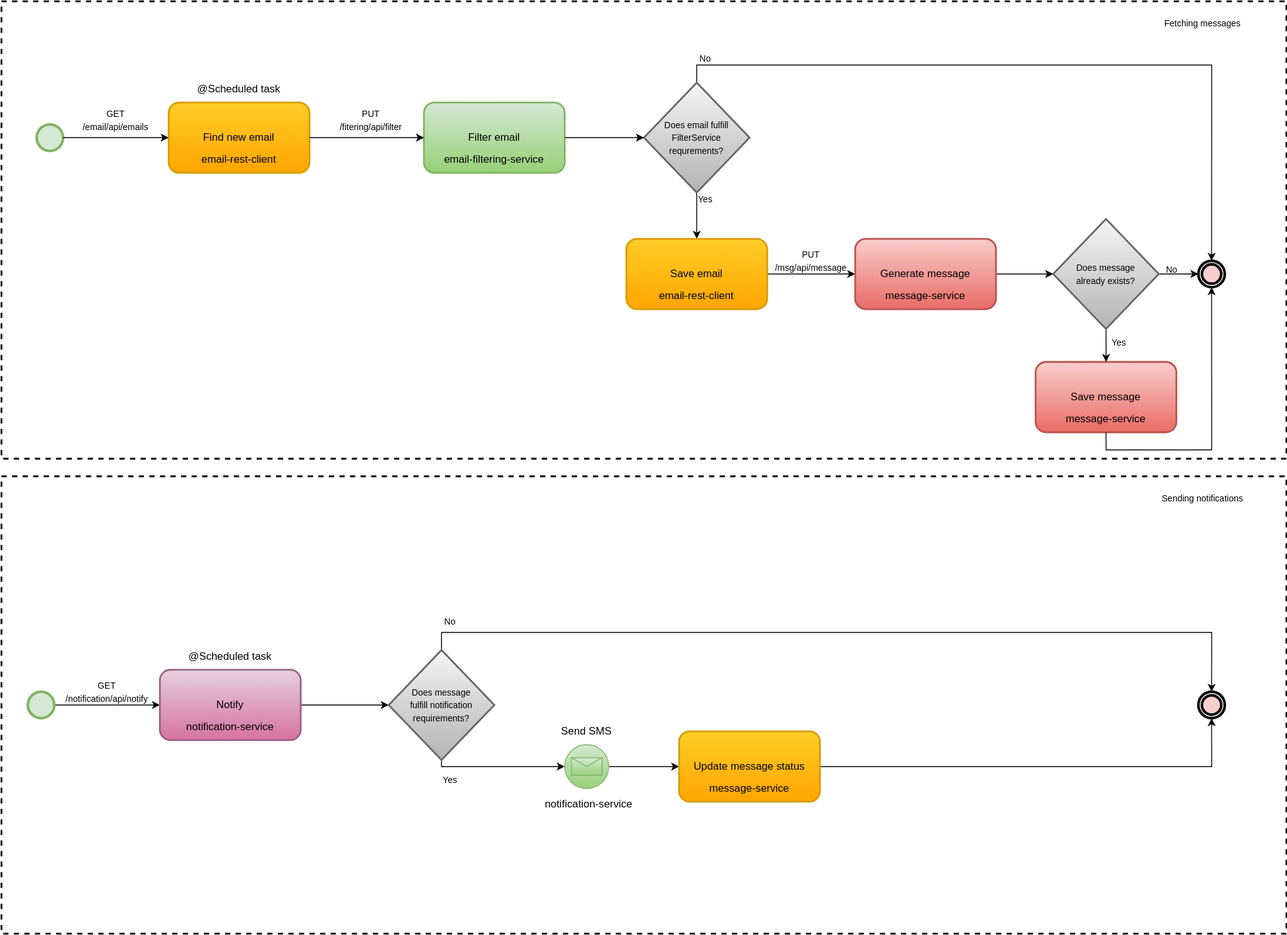
konopkagrzegorz/notification-microservices keeps this draw.io diagram as action-diagram.svg. Above is the earlier version. Source tidied: cells renumbered, new cells last; positions are measured from the earlier drawing's top-left corner, leaving out a move shared by most shapes.
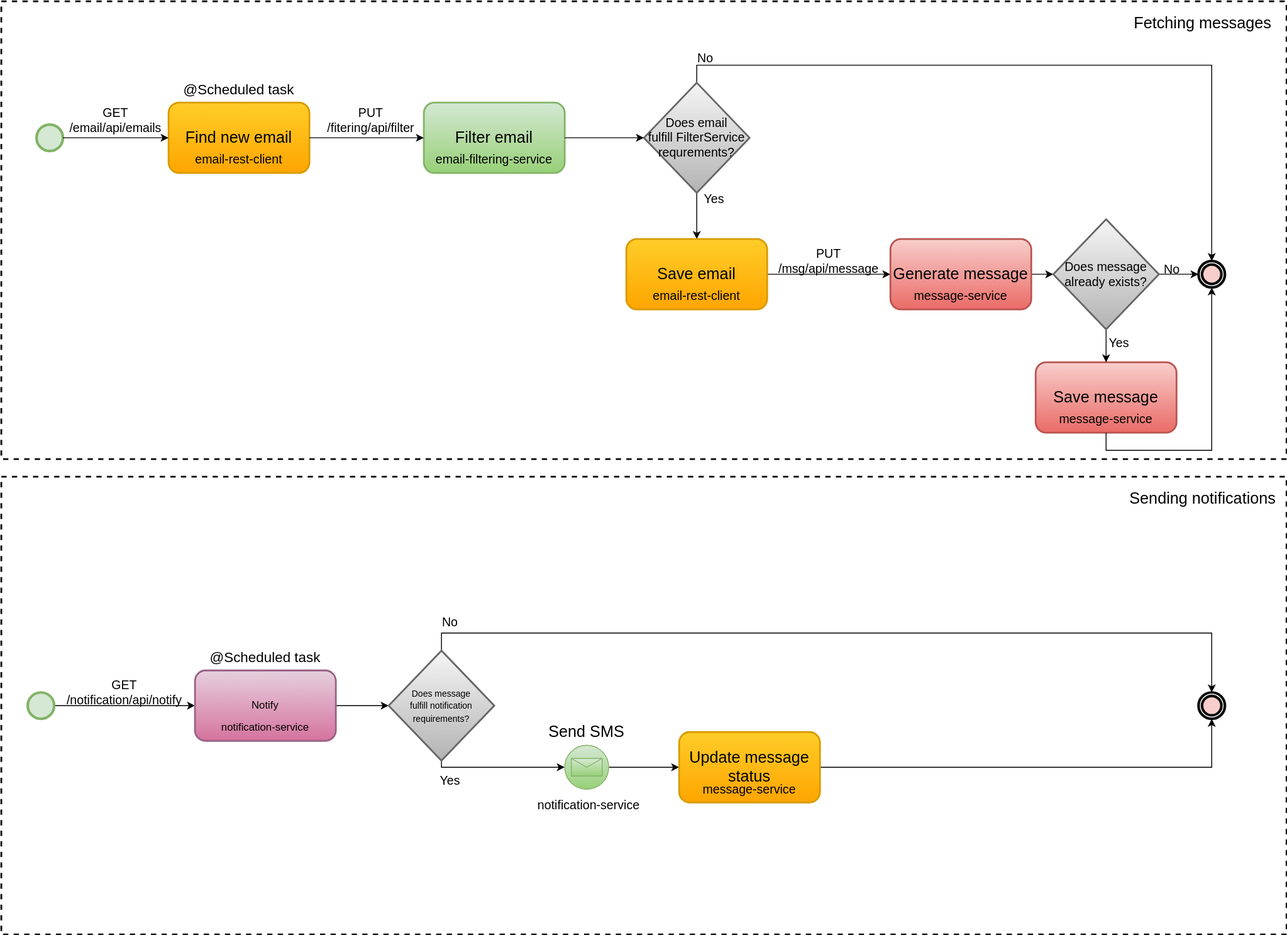
The same diagram one commit later.

Commit message:
increase diagram font

Diff of the diagram source:
```diff
@@ -19,18 +19,18 @@
     </mxCell>
-    <mxCell id="7" value="Find new email" style="shape=rect;html=1;rounded=1;whiteSpace=wrap;align=center;fillStyle=auto;strokeColor=#d79b00;strokeWidth=2;fillColor=#ffcd28;gradientColor=#ffa500;" parent="1" vertex="1">
+    <mxCell id="7" value="&lt;font style=&quot;font-size: 18px;&quot;&gt;Find new email&lt;/font&gt;" style="shape=rect;html=1;rounded=1;whiteSpace=wrap;align=center;fillStyle=auto;strokeColor=#d79b00;strokeWidth=2;fillColor=#ffcd28;gradientColor=#ffa500;" parent="1" vertex="1">
       <mxGeometry x="190" y="115" width="160" height="80" as="geometry" />
     </mxCell>
-    <mxCell id="8" value="@Scheduled task" style="text;html=1;strokeColor=none;fillColor=none;align=center;verticalAlign=middle;whiteSpace=wrap;rounded=0;fillStyle=auto;" parent="1" vertex="1">
+    <mxCell id="8" value="&lt;font style=&quot;font-size: 16px;&quot;&gt;@Scheduled task&lt;/font&gt;" style="text;html=1;strokeColor=none;fillColor=none;align=center;verticalAlign=middle;whiteSpace=wrap;rounded=0;fillStyle=auto;" parent="1" vertex="1">
       <mxGeometry x="200" y="85" width="140" height="30" as="geometry" />
     </mxCell>
-    <mxCell id="9" value="email-rest-client" style="text;html=1;strokeColor=none;fillColor=none;align=center;verticalAlign=middle;whiteSpace=wrap;rounded=0;fillStyle=auto;" parent="1" vertex="1">
+    <mxCell id="9" value="&lt;font style=&quot;font-size: 14px;&quot;&gt;email-rest-client&lt;/font&gt;" style="text;html=1;strokeColor=none;fillColor=none;align=center;verticalAlign=middle;whiteSpace=wrap;rounded=0;fillStyle=auto;" parent="1" vertex="1">
       <mxGeometry x="200" y="165" width="140" height="30" as="geometry" />
     </mxCell>
-    <mxCell id="10" value="Filter email" style="shape=rect;html=1;rounded=1;whiteSpace=wrap;align=center;fillStyle=auto;strokeColor=#82b366;strokeWidth=2;fillColor=#d5e8d4;gradientColor=#97d077;" parent="1" vertex="1">
+    <mxCell id="10" value="&lt;font style=&quot;font-size: 18px;&quot;&gt;Filter email&lt;/font&gt;" style="shape=rect;html=1;rounded=1;whiteSpace=wrap;align=center;fillStyle=auto;strokeColor=#82b366;strokeWidth=2;fillColor=#d5e8d4;gradientColor=#97d077;" parent="1" vertex="1">
       <mxGeometry x="480" y="115" width="160" height="80" as="geometry" />
     </mxCell>
-    <mxCell id="11" value="email-filtering-service" style="text;html=1;strokeColor=none;fillColor=none;align=center;verticalAlign=middle;whiteSpace=wrap;rounded=0;fillStyle=auto;" parent="1" vertex="1">
+    <mxCell id="11" value="&lt;font style=&quot;font-size: 14px;&quot;&gt;email-filtering-service&lt;/font&gt;" style="text;html=1;strokeColor=none;fillColor=none;align=center;verticalAlign=middle;whiteSpace=wrap;rounded=0;fillStyle=auto;" parent="1" vertex="1">
       <mxGeometry x="490" y="165" width="140" height="30" as="geometry" />
     </mxCell>
-    <mxCell id="12" value="Save message" style="shape=rect;html=1;rounded=1;whiteSpace=wrap;align=center;fillStyle=auto;strokeColor=#b85450;strokeWidth=2;fillColor=#f8cecc;gradientColor=#ea6b66;" parent="1" vertex="1">
+    <mxCell id="12" value="&lt;font style=&quot;font-size: 18px;&quot;&gt;Save message&lt;/font&gt;" style="shape=rect;html=1;rounded=1;whiteSpace=wrap;align=center;fillStyle=auto;strokeColor=#b85450;strokeWidth=2;fillColor=#f8cecc;gradientColor=#ea6b66;" parent="1" vertex="1">
       <mxGeometry x="1175" y="410" width="160" height="80" as="geometry" />
@@ -40,3 +40,3 @@
     </mxCell>
-    <mxCell id="14" value="message-service" style="text;html=1;strokeColor=none;fillColor=none;align=center;verticalAlign=middle;whiteSpace=wrap;rounded=0;fillStyle=auto;" parent="1" vertex="1">
+    <mxCell id="14" value="&lt;font style=&quot;font-size: 14px;&quot;&gt;message-service&lt;/font&gt;" style="text;html=1;strokeColor=none;fillColor=none;align=center;verticalAlign=middle;whiteSpace=wrap;rounded=0;fillStyle=auto;" parent="1" vertex="1">
       <mxGeometry x="1185" y="460" width="140" height="30" as="geometry" />
@@ -49,3 +49,3 @@
     </mxCell>
-    <mxCell id="17" value="&lt;font style=&quot;font-size: 10px;&quot;&gt;Does email fulfill FilterService requrements?&lt;/font&gt;" style="strokeWidth=2;html=1;shape=mxgraph.flowchart.decision;whiteSpace=wrap;fillStyle=auto;fillColor=#f5f5f5;gradientColor=#b3b3b3;strokeColor=#666666;" parent="1" vertex="1">
+    <mxCell id="17" value="&lt;font style=&quot;font-size: 14px;&quot;&gt;Does email&lt;br&gt; fulfill FilterService requrements?&lt;/font&gt;" style="strokeWidth=2;html=1;shape=mxgraph.flowchart.decision;whiteSpace=wrap;fillStyle=auto;fillColor=#f5f5f5;gradientColor=#b3b3b3;strokeColor=#666666;" parent="1" vertex="1">
       <mxGeometry x="730" y="92.5" width="120" height="125" as="geometry" />
@@ -55,3 +55,3 @@
     </mxCell>
-    <mxCell id="19" value="&lt;font style=&quot;font-size: 10px;&quot;&gt;GET&lt;br&gt; /email/api/emails&lt;/font&gt;" style="text;html=1;strokeColor=none;fillColor=none;align=center;verticalAlign=middle;whiteSpace=wrap;rounded=0;fillStyle=auto;" parent="1" vertex="1">
+    <mxCell id="19" value="&lt;font style=&quot;font-size: 14px;&quot;&gt;GET&lt;br&gt; /email/api/emails&lt;/font&gt;" style="text;html=1;strokeColor=none;fillColor=none;align=center;verticalAlign=middle;whiteSpace=wrap;rounded=0;fillStyle=auto;" parent="1" vertex="1">
       <mxGeometry x="60" y="120" width="140" height="30" as="geometry" />
@@ -61,3 +61,3 @@
     </mxCell>
-    <mxCell id="21" value="&lt;font style=&quot;font-size: 10px;&quot;&gt;PUT&lt;br&gt; /fitering/api/filter&lt;/font&gt;" style="text;html=1;strokeColor=none;fillColor=none;align=center;verticalAlign=middle;whiteSpace=wrap;rounded=0;fillStyle=auto;" parent="1" vertex="1">
+    <mxCell id="21" value="&lt;font style=&quot;font-size: 14px;&quot;&gt;PUT&lt;br&gt; /fitering/api/filter&lt;/font&gt;" style="text;html=1;strokeColor=none;fillColor=none;align=center;verticalAlign=middle;whiteSpace=wrap;rounded=0;fillStyle=auto;" parent="1" vertex="1">
       <mxGeometry x="350" y="120" width="140" height="30" as="geometry" />
@@ -69,7 +69,7 @@
     </mxCell>
-    <mxCell id="23" value="No" style="text;html=1;strokeColor=none;fillColor=none;align=center;verticalAlign=middle;whiteSpace=wrap;rounded=0;fillStyle=auto;fontSize=10;" parent="1" vertex="1">
+    <mxCell id="23" value="&lt;font style=&quot;font-size: 14px;&quot;&gt;No&lt;/font&gt;" style="text;html=1;strokeColor=none;fillColor=none;align=center;verticalAlign=middle;whiteSpace=wrap;rounded=0;fillStyle=auto;fontSize=10;" parent="1" vertex="1">
       <mxGeometry x="1300" y="290" width="60" height="30" as="geometry" />
     </mxCell>
-    <mxCell id="24" value="Yes" style="text;html=1;strokeColor=none;fillColor=none;align=center;verticalAlign=middle;whiteSpace=wrap;rounded=0;fillStyle=auto;fontSize=10;" parent="1" vertex="1">
-      <mxGeometry x="770" y="210" width="60" height="30" as="geometry" />
+    <mxCell id="24" value="&lt;font style=&quot;font-size: 14px;&quot;&gt;Yes&lt;/font&gt;" style="text;html=1;strokeColor=none;fillColor=none;align=center;verticalAlign=middle;whiteSpace=wrap;rounded=0;fillStyle=auto;fontSize=10;" parent="1" vertex="1">
+      <mxGeometry x="780" y="210" width="60" height="30" as="geometry" />
     </mxCell>
@@ -78,6 +78,6 @@
     </mxCell>
-    <mxCell id="26" value="Save email" style="shape=rect;html=1;rounded=1;whiteSpace=wrap;align=center;fillStyle=auto;strokeColor=#d79b00;strokeWidth=2;fillColor=#ffcd28;gradientColor=#ffa500;" parent="1" vertex="1">
+    <mxCell id="26" value="&lt;font style=&quot;font-size: 18px;&quot;&gt;Save email&lt;/font&gt;" style="shape=rect;html=1;rounded=1;whiteSpace=wrap;align=center;fillStyle=auto;strokeColor=#d79b00;strokeWidth=2;fillColor=#ffcd28;gradientColor=#ffa500;" parent="1" vertex="1">
       <mxGeometry x="710" y="270" width="160" height="80" as="geometry" />
     </mxCell>
-    <mxCell id="27" value="email-rest-client" style="text;html=1;strokeColor=none;fillColor=none;align=center;verticalAlign=middle;whiteSpace=wrap;rounded=0;fillStyle=auto;" parent="1" vertex="1">
+    <mxCell id="27" value="&lt;font style=&quot;font-size: 14px;&quot;&gt;email-rest-client&lt;/font&gt;" style="text;html=1;strokeColor=none;fillColor=none;align=center;verticalAlign=middle;whiteSpace=wrap;rounded=0;fillStyle=auto;" parent="1" vertex="1">
       <mxGeometry x="720" y="320" width="140" height="30" as="geometry" />
@@ -87,10 +87,10 @@
     </mxCell>
-    <mxCell id="29" value="Generate message" style="shape=rect;html=1;rounded=1;whiteSpace=wrap;align=center;fillStyle=auto;strokeColor=#b85450;strokeWidth=2;fillColor=#f8cecc;gradientColor=#ea6b66;" parent="1" vertex="1">
-      <mxGeometry x="970" y="270" width="160" height="80" as="geometry" />
+    <mxCell id="29" value="&lt;font style=&quot;font-size: 18px;&quot;&gt;Generate message&lt;/font&gt;" style="shape=rect;html=1;rounded=1;whiteSpace=wrap;align=center;fillStyle=auto;strokeColor=#b85450;strokeWidth=2;fillColor=#f8cecc;gradientColor=#ea6b66;" parent="1" vertex="1">
+      <mxGeometry x="1010" y="270" width="160" height="80" as="geometry" />
     </mxCell>
-    <mxCell id="30" value="message-service" style="text;html=1;strokeColor=none;fillColor=none;align=center;verticalAlign=middle;whiteSpace=wrap;rounded=0;fillStyle=auto;" parent="1" vertex="1">
-      <mxGeometry x="980" y="320" width="140" height="30" as="geometry" />
+    <mxCell id="30" value="&lt;font style=&quot;font-size: 14px;&quot;&gt;message-service&lt;/font&gt;" style="text;html=1;strokeColor=none;fillColor=none;align=center;verticalAlign=middle;whiteSpace=wrap;rounded=0;fillStyle=auto;" parent="1" vertex="1">
+      <mxGeometry x="1020" y="320" width="140" height="30" as="geometry" />
     </mxCell>
-    <mxCell id="31" value="&lt;font style=&quot;font-size: 10px;&quot;&gt;PUT&lt;br&gt; /msg/api/message&lt;/font&gt;" style="text;html=1;strokeColor=none;fillColor=none;align=center;verticalAlign=middle;whiteSpace=wrap;rounded=0;fillStyle=auto;" parent="1" vertex="1">
-      <mxGeometry x="850" y="280" width="140" height="30" as="geometry" />
+    <mxCell id="31" value="&lt;font style=&quot;font-size: 14px;&quot;&gt;PUT&lt;br&gt; /msg/api/message&lt;/font&gt;" style="text;html=1;strokeColor=none;fillColor=none;align=center;verticalAlign=middle;whiteSpace=wrap;rounded=0;fillStyle=auto;" parent="1" vertex="1">
+      <mxGeometry x="870" y="280" width="140" height="30" as="geometry" />
     </mxCell>
@@ -102,3 +102,3 @@
     </mxCell>
-    <mxCell id="34" value="&lt;font style=&quot;font-size: 10px;&quot;&gt;Does message &lt;br&gt;already exists?&lt;/font&gt;" style="strokeWidth=2;html=1;shape=mxgraph.flowchart.decision;whiteSpace=wrap;fillStyle=auto;fillColor=#f5f5f5;gradientColor=#b3b3b3;strokeColor=#666666;" parent="1" vertex="1">
+    <mxCell id="34" value="&lt;font style=&quot;font-size: 14px;&quot;&gt;Does message &lt;br&gt;already exists?&lt;/font&gt;" style="strokeWidth=2;html=1;shape=mxgraph.flowchart.decision;whiteSpace=wrap;fillStyle=auto;fillColor=#f5f5f5;gradientColor=#b3b3b3;strokeColor=#666666;" parent="1" vertex="1">
       <mxGeometry x="1195" y="247.5" width="120" height="125" as="geometry" />
@@ -108,12 +108,12 @@
     </mxCell>
-    <mxCell id="36" value="&lt;div&gt;Yes&lt;/div&gt;" style="text;html=1;strokeColor=none;fillColor=none;align=center;verticalAlign=middle;whiteSpace=wrap;rounded=0;fillStyle=auto;fontSize=10;" parent="1" vertex="1">
+    <mxCell id="36" value="&lt;div style=&quot;font-size: 14px;&quot;&gt;&lt;font style=&quot;font-size: 14px;&quot;&gt;Yes&lt;/font&gt;&lt;/div&gt;" style="text;html=1;strokeColor=none;fillColor=none;align=center;verticalAlign=middle;whiteSpace=wrap;rounded=0;fillStyle=auto;fontSize=10;" parent="1" vertex="1">
       <mxGeometry x="1240" y="372.5" width="60" height="30" as="geometry" />
     </mxCell>
-    <mxCell id="37" value="No" style="text;html=1;strokeColor=none;fillColor=none;align=center;verticalAlign=middle;whiteSpace=wrap;rounded=0;fillStyle=auto;fontSize=10;" parent="1" vertex="1">
+    <mxCell id="37" value="&lt;font style=&quot;font-size: 14px;&quot;&gt;No&lt;/font&gt;" style="text;html=1;strokeColor=none;fillColor=none;align=center;verticalAlign=middle;whiteSpace=wrap;rounded=0;fillStyle=auto;fontSize=10;" parent="1" vertex="1">
       <mxGeometry x="770" y="50" width="60" height="30" as="geometry" />
     </mxCell>
-    <mxCell id="38" value="Fetching messages" style="text;html=1;strokeColor=none;fillColor=none;align=center;verticalAlign=middle;whiteSpace=wrap;rounded=0;dashed=1;fillStyle=auto;fontSize=10;" parent="1" vertex="1">
+    <mxCell id="38" value="&lt;font style=&quot;font-size: 18px;&quot;&gt;Fetching messages&lt;/font&gt;" style="text;html=1;strokeColor=none;fillColor=none;align=center;verticalAlign=middle;whiteSpace=wrap;rounded=0;dashed=1;fillStyle=auto;fontSize=10;" parent="1" vertex="1">
       <mxGeometry x="1280" y="10" width="170" height="30" as="geometry" />
     </mxCell>
-    <mxCell id="39" value="&lt;div&gt;Sending notifications&lt;/div&gt;" style="text;html=1;strokeColor=none;fillColor=none;align=center;verticalAlign=middle;whiteSpace=wrap;rounded=0;dashed=1;fillStyle=auto;fontSize=10;" parent="1" vertex="1">
+    <mxCell id="39" value="&lt;div style=&quot;font-size: 18px;&quot;&gt;&lt;font style=&quot;font-size: 18px;&quot;&gt;Sending notifications&lt;/font&gt;&lt;/div&gt;" style="text;html=1;strokeColor=none;fillColor=none;align=center;verticalAlign=middle;whiteSpace=wrap;rounded=0;dashed=1;fillStyle=auto;fontSize=10;" parent="1" vertex="1">
       <mxGeometry x="1280" y="550" width="170" height="30" as="geometry" />
@@ -133,9 +133,9 @@
     <mxCell id="44" value="Notify" style="shape=rect;html=1;rounded=1;whiteSpace=wrap;align=center;fillStyle=auto;strokeColor=#996185;strokeWidth=2;fillColor=#e6d0de;gradientColor=#d5739d;" parent="1" vertex="1">
-      <mxGeometry x="180" y="760" width="160" height="80" as="geometry" />
+      <mxGeometry x="220" y="760" width="160" height="80" as="geometry" />
     </mxCell>
-    <mxCell id="45" value="@Scheduled task" style="text;html=1;strokeColor=none;fillColor=none;align=center;verticalAlign=middle;whiteSpace=wrap;rounded=0;fillStyle=auto;" parent="1" vertex="1">
-      <mxGeometry x="190" y="730" width="140" height="30" as="geometry" />
+    <mxCell id="45" value="&lt;font style=&quot;font-size: 16px;&quot;&gt;@Scheduled task&lt;/font&gt;" style="text;html=1;strokeColor=none;fillColor=none;align=center;verticalAlign=middle;whiteSpace=wrap;rounded=0;fillStyle=auto;" parent="1" vertex="1">
+      <mxGeometry x="230" y="730" width="140" height="30" as="geometry" />
     </mxCell>
     <mxCell id="46" value="notification-service" style="text;html=1;strokeColor=none;fillColor=none;align=center;verticalAlign=middle;whiteSpace=wrap;rounded=0;fillStyle=auto;" parent="1" vertex="1">
-      <mxGeometry x="190" y="810" width="140" height="30" as="geometry" />
+      <mxGeometry x="230" y="810" width="140" height="30" as="geometry" />
     </mxCell>
@@ -154,15 +154,15 @@
     </mxCell>
-    <mxCell id="50" value="&lt;font style=&quot;font-size: 10px;&quot;&gt;GET&lt;br&gt; /notification/api/notify&lt;/font&gt;" style="text;html=1;strokeColor=none;fillColor=none;align=center;verticalAlign=middle;whiteSpace=wrap;rounded=0;fillStyle=auto;" parent="1" vertex="1">
-      <mxGeometry x="50" y="770" width="140" height="30" as="geometry" />
+    <mxCell id="50" value="&lt;font style=&quot;font-size: 14px;&quot;&gt;GET&lt;br&gt; /notification/api/notify&lt;/font&gt;" style="text;html=1;strokeColor=none;fillColor=none;align=center;verticalAlign=middle;whiteSpace=wrap;rounded=0;fillStyle=auto;" parent="1" vertex="1">
+      <mxGeometry x="70" y="770" width="140" height="30" as="geometry" />
     </mxCell>
-    <mxCell id="51" value="No" style="text;html=1;strokeColor=none;fillColor=none;align=center;verticalAlign=middle;whiteSpace=wrap;rounded=0;fillStyle=auto;fontSize=10;" parent="1" vertex="1">
+    <mxCell id="51" value="&lt;font style=&quot;font-size: 14px;&quot;&gt;No&lt;/font&gt;" style="text;html=1;strokeColor=none;fillColor=none;align=center;verticalAlign=middle;whiteSpace=wrap;rounded=0;fillStyle=auto;fontSize=10;" parent="1" vertex="1">
       <mxGeometry x="480" y="690" width="60" height="30" as="geometry" />
     </mxCell>
-    <mxCell id="52" value="notification-service" style="text;html=1;strokeColor=none;fillColor=none;align=center;verticalAlign=middle;whiteSpace=wrap;rounded=0;fillStyle=auto;" parent="1" vertex="1">
+    <mxCell id="52" value="&lt;font style=&quot;font-size: 14px;&quot;&gt;notification-service&lt;/font&gt;" style="text;html=1;strokeColor=none;fillColor=none;align=center;verticalAlign=middle;whiteSpace=wrap;rounded=0;fillStyle=auto;" parent="1" vertex="1">
       <mxGeometry x="595" y="895" width="145" height="35" as="geometry" />
     </mxCell>
-    <mxCell id="53" value="&lt;div&gt;Yes&lt;/div&gt;" style="text;html=1;strokeColor=none;fillColor=none;align=center;verticalAlign=middle;whiteSpace=wrap;rounded=0;fillStyle=auto;fontSize=10;" parent="1" vertex="1">
+    <mxCell id="53" value="&lt;div style=&quot;font-size: 14px;&quot;&gt;&lt;font style=&quot;font-size: 14px;&quot;&gt;Yes&lt;/font&gt;&lt;/div&gt;" style="text;html=1;strokeColor=none;fillColor=none;align=center;verticalAlign=middle;whiteSpace=wrap;rounded=0;fillStyle=auto;fontSize=10;" parent="1" vertex="1">
       <mxGeometry x="480" y="870" width="60" height="30" as="geometry" />
     </mxCell>
-    <mxCell id="54" value="Send SMS" style="text;html=1;strokeColor=none;fillColor=none;align=center;verticalAlign=middle;whiteSpace=wrap;rounded=0;fillStyle=auto;" parent="1" vertex="1">
+    <mxCell id="54" value="&lt;font style=&quot;font-size: 18px;&quot;&gt;Send SMS&lt;/font&gt;" style="text;html=1;strokeColor=none;fillColor=none;align=center;verticalAlign=middle;whiteSpace=wrap;rounded=0;fillStyle=auto;" parent="1" vertex="1">
       <mxGeometry x="595" y="815" width="140" height="30" as="geometry" />
@@ -172,6 +172,6 @@
     </mxCell>
-    <mxCell id="56" value="Update message status" style="shape=rect;html=1;rounded=1;whiteSpace=wrap;align=center;fillStyle=auto;strokeColor=#d79b00;strokeWidth=2;fillColor=#ffcd28;gradientColor=#ffa500;" parent="1" vertex="1">
+    <mxCell id="56" value="&lt;font style=&quot;font-size: 18px;&quot;&gt;Update message status&lt;/font&gt;" style="shape=rect;html=1;rounded=1;whiteSpace=wrap;align=center;fillStyle=auto;strokeColor=#d79b00;strokeWidth=2;fillColor=#ffcd28;gradientColor=#ffa500;" parent="1" vertex="1">
       <mxGeometry x="770" y="830" width="160" height="80" as="geometry" />
     </mxCell>
-    <mxCell id="57" value="message-service" style="text;html=1;strokeColor=none;fillColor=none;align=center;verticalAlign=middle;whiteSpace=wrap;rounded=0;fillStyle=auto;" parent="1" vertex="1">
+    <mxCell id="57" value="&lt;font style=&quot;font-size: 14px;&quot;&gt;message-service&lt;/font&gt;" style="text;html=1;strokeColor=none;fillColor=none;align=center;verticalAlign=middle;whiteSpace=wrap;rounded=0;fillStyle=auto;" parent="1" vertex="1">
       <mxGeometry x="780" y="880" width="140" height="30" as="geometry" />
```
